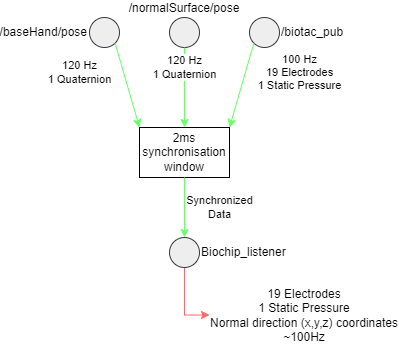
Before: imgs/synchroniser.png, a diagram exported from draw.io (Alexis-Georganopoulos/Robotic-Finger). Source tidied: cells renumbered, new cells last; positions are measured from the earlier drawing's top-left corner, leaving out a move shared by most shapes. Source of this version:
```xml
<mxGraphModel>
  <root>
    <mxCell id="0" />
    <mxCell id="1" parent="0" />
    <mxCell id="2" value="2ms synchronisation window" style="rounded=0;whiteSpace=wrap;html=1;" parent="1" vertex="1">
      <mxGeometry x="50" y="110" width="90" height="50" as="geometry" />
    </mxCell>
    <mxCell id="3" value="&lt;span style=&quot;background-color: rgb(255, 255, 255);&quot;&gt;/baseHand/pose&lt;/span&gt;" style="ellipse;whiteSpace=wrap;html=1;fillColor=#eeeeee;strokeColor=#36393d;labelPosition=left;verticalLabelPosition=middle;align=right;verticalAlign=middle;" parent="1" vertex="1">
      <mxGeometry width="30" height="30" as="geometry" />
    </mxCell>
    <mxCell id="4" value="&lt;span style=&quot;background-color: rgb(255, 255, 255);&quot;&gt;/biotac_pub&lt;/span&gt;" style="ellipse;whiteSpace=wrap;html=1;fillColor=#eeeeee;strokeColor=#36393d;labelPosition=right;verticalLabelPosition=middle;align=left;verticalAlign=middle;" parent="1" vertex="1">
      <mxGeometry x="160" width="30" height="30" as="geometry" />
    </mxCell>
    <mxCell id="5" value="&lt;span style=&quot;background-color: rgb(255, 255, 255);&quot;&gt;/normalSurface/pose&lt;/span&gt;" style="ellipse;whiteSpace=wrap;html=1;fillColor=#eeeeee;strokeColor=#36393d;labelPosition=center;verticalLabelPosition=top;align=center;verticalAlign=bottom;" parent="1" vertex="1">
      <mxGeometry x="80" width="30" height="30" as="geometry" />
    </mxCell>
    <mxCell id="6" style="endArrow=classic;html=1;rounded=0;exitX=0.5;exitY=1;exitDx=0;exitDy=0;entryX=0.5;entryY=0;entryDx=0;entryDy=0;labelPosition=center;verticalLabelPosition=middle;align=center;verticalAlign=middle;strokeColor=#66FF66;" parent="1" edge="1" source="5" target="2">
      <mxGeometry relative="1" as="geometry" />
    </mxCell>
    <mxCell id="7" value="120 Hz&lt;div&gt;1 Quaternion&lt;/div&gt;" style="edgeLabel;html=1;align=center;verticalAlign=middle;" parent="6" vertex="1">
      <mxGeometry relative="1" as="geometry">
        <mxPoint y="-20" as="offset" />
      </mxGeometry>
    </mxCell>
    <mxCell id="8" style="endArrow=classic;html=1;rounded=0;exitX=1;exitY=1;exitDx=0;exitDy=0;entryX=0;entryY=0;entryDx=0;entryDy=0;fillColor=#cce5ff;strokeColor=#66FF66;" parent="1" edge="1" source="3" target="2">
      <mxGeometry relative="1" as="geometry" />
    </mxCell>
    <mxCell id="9" value="120 Hz&lt;div&gt;1 Quaternion&lt;/div&gt;" style="edgeLabel;html=1;align=center;verticalAlign=middle;" parent="8" vertex="1">
      <mxGeometry relative="1" as="geometry">
        <mxPoint x="-48" y="-13" as="offset" />
      </mxGeometry>
    </mxCell>
    <mxCell id="10" style="endArrow=classic;html=1;rounded=0;exitX=0;exitY=1;exitDx=0;exitDy=0;entryX=1;entryY=0;entryDx=0;entryDy=0;strokeColor=#66FF66;" parent="1" edge="1" source="4" target="2">
      <mxGeometry relative="1" as="geometry" />
    </mxCell>
    <mxCell id="11" value="100 Hz&lt;div&gt;19 Electrodes&lt;/div&gt;&lt;div&gt;1 Static Pressure&lt;/div&gt;" style="edgeLabel;html=1;align=center;verticalAlign=middle;" parent="10" vertex="1">
      <mxGeometry relative="1" as="geometry">
        <mxPoint x="58" y="-13" as="offset" />
      </mxGeometry>
    </mxCell>
    <mxCell id="12" style="edgeStyle=orthogonalEdgeStyle;rounded=0;jettySize=auto;html=1;exitX=0.5;exitY=1;exitDx=0;exitDy=0;entryX=0;entryY=0.5;entryDx=0;entryDy=0;fillColor=#ffcccc;strokeColor=#FF6666;" parent="1" edge="1" source="13" target="16">
      <mxGeometry relative="1" as="geometry" />
    </mxCell>
    <mxCell id="13" value="&lt;span style=&quot;background-color: rgb(255, 255, 255);&quot;&gt;Biochip_listener&lt;/span&gt;" style="ellipse;whiteSpace=wrap;html=1;fillColor=#eeeeee;strokeColor=#36393d;labelPosition=right;verticalLabelPosition=middle;align=left;verticalAlign=middle;" parent="1" vertex="1">
      <mxGeometry x="80" y="220" width="30" height="30" as="geometry" />
    </mxCell>
    <mxCell id="14" style="endArrow=classic;html=1;rounded=0;exitX=0.5;exitY=1;exitDx=0;exitDy=0;entryX=0.5;entryY=0;entryDx=0;entryDy=0;strokeColor=#66FF66;" parent="1" edge="1" source="2" target="13">
      <mxGeometry relative="1" as="geometry" />
    </mxCell>
    <mxCell id="15" value="Synchronized&lt;div&gt;Data&lt;/div&gt;" style="edgeLabel;html=1;align=center;verticalAlign=middle;" parent="14" vertex="1">
      <mxGeometry relative="1" as="geometry">
        <mxPoint x="35" as="offset" />
      </mxGeometry>
    </mxCell>
    <mxCell id="16" value="19 Electrodes&lt;div&gt;1 Static Pressure&lt;/div&gt;&lt;div&gt;Normal direction (x,y,z) coordinates&lt;/div&gt;&lt;div&gt;~100Hz&lt;/div&gt;" style="text;html=1;align=center;verticalAlign=middle;whiteSpace=wrap;rounded=0;labelBackgroundColor=#FFFFFF;" parent="1" vertex="1">
      <mxGeometry x="120" y="260" width="190" height="75" as="geometry" />
    </mxCell>
  </root>
</mxGraphModel>
```
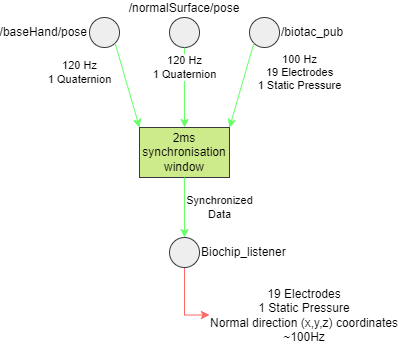
Later version of the same file.

The edit, as a diff of the source:
```diff
@@ -2,7 +2,7 @@
   <root>
     <mxCell id="0" />
     <mxCell id="1" parent="0" />
-    <mxCell id="2" value="2ms synchronisation window" style="rounded=0;whiteSpace=wrap;html=1;" parent="1" vertex="1">
+    <mxCell id="2" value="2ms synchronisation window" style="rounded=0;whiteSpace=wrap;html=1;fillColor=#cdeb8b;strokeColor=#36393d;" parent="1" vertex="1">
       <mxGeometry x="50" y="110" width="90" height="50" as="geometry" />
     </mxCell>
     <mxCell id="3" value="&lt;span style=&quot;background-color: rgb(255, 255, 255);&quot;&gt;/baseHand/pose&lt;/span&gt;" style="ellipse;whiteSpace=wrap;html=1;fillColor=#eeeeee;strokeColor=#36393d;labelPosition=left;verticalLabelPosition=middle;align=right;verticalAlign=middle;" parent="1" vertex="1">
```
